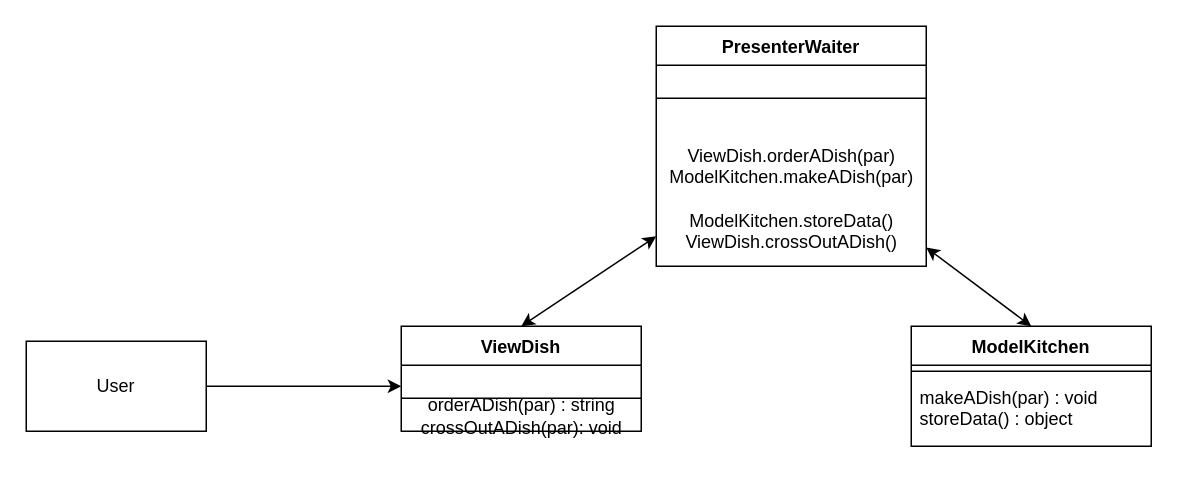
danil-jpg/MyArchitecturePatterns keeps this draw.io diagram as MVP/MVP.drawio. Above is the earlier version. Source tidied: cells renumbered, new cells numbered last; positions are measured from the earlier drawing's top-left corner, leaving out a move shared by most shapes. Both pictures are drawn from the tidied source at 150%, with x=0, y=0 at pixel (26, 26).
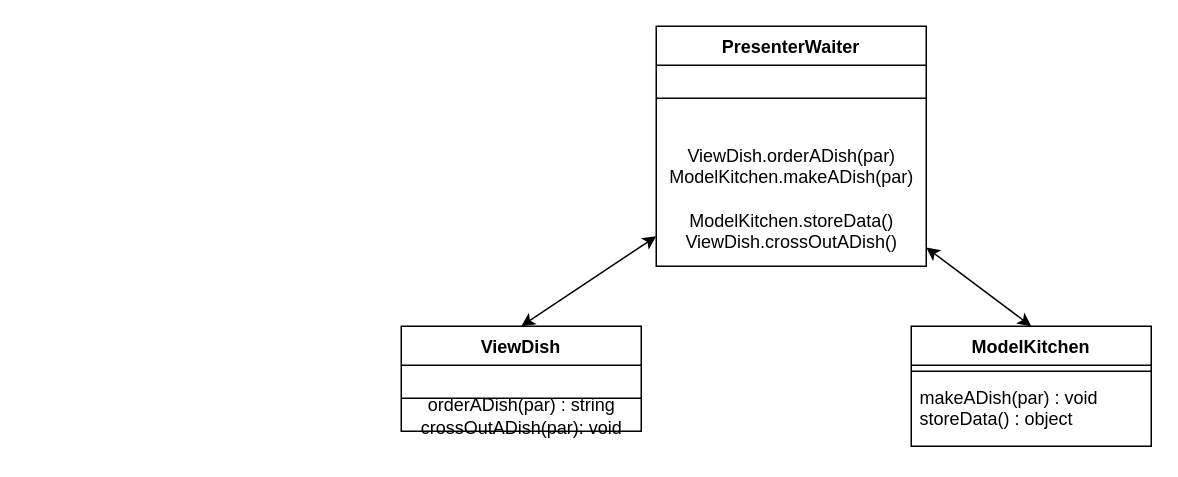
The same diagram, later.

Diff of the diagram source:
```diff
@@
 <mxGraphModel>
   <root>
     <mxCell id="0" />
     <mxCell id="1" parent="0" />
     <mxCell id="2" style="edgeStyle=none;html=1;entryX=0.5;entryY=0;entryDx=0;entryDy=0;startArrow=classic;startFill=1;" parent="1" edge="1" source="4" target="9">
       <mxGeometry relative="1" as="geometry" />
     </mxCell>
     <mxCell id="3" style="edgeStyle=none;html=1;entryX=0.5;entryY=0;entryDx=0;entryDy=0;startArrow=classic;startFill=1;" parent="1" edge="1" source="4" target="7">
       <mxGeometry relative="1" as="geometry" />
     </mxCell>
     <mxCell id="4" value="PresenterWaiter" style="swimlane;fontStyle=1;align=center;verticalAlign=top;horizontal=1;startSize=26;" parent="1" vertex="1">
       <mxGeometry x="420" width="180" height="160" as="geometry" />
     </mxCell>
     <mxCell id="5" style="line;strokeWidth=1;fillColor=none;align=left;verticalAlign=middle;spacingTop=-1;spacingLeft=3;spacingRight=3;labelPosition=right;strokeColor=inherit;" parent="4" vertex="1">
       <mxGeometry y="26" width="180" height="44" as="geometry" />
     </mxCell>
     <mxCell id="6" value="ViewDish.orderADish(par)&lt;br&gt;ModelKitchen.makeADish(par)&lt;br&gt;&lt;br&gt;ModelKitchen.storeData()&lt;br&gt;ViewDish.crossOutADish()" style="text;html=1;align=center;verticalAlign=middle;strokeColor=none;fillColor=none;" parent="4" vertex="1">
       <mxGeometry y="70" width="180" height="90" as="geometry" />
     </mxCell>
     <mxCell id="7" value="ViewDish" style="swimlane;fontStyle=1;align=center;verticalAlign=top;horizontal=1;startSize=26;" parent="1" vertex="1">
       <mxGeometry x="250" y="200" width="160" height="70" as="geometry" />
     </mxCell>
     <mxCell id="8" style="line;strokeWidth=1;fillColor=none;align=left;verticalAlign=middle;spacingTop=-1;spacingLeft=3;spacingRight=3;labelPosition=right;strokeColor=inherit;" parent="7" vertex="1">
       <mxGeometry y="26" width="160" height="44" as="geometry" />
     </mxCell>
     <mxCell id="9" value="ModelKitchen" style="swimlane;fontStyle=1;align=center;verticalAlign=top;horizontal=1;startSize=26;" parent="1" vertex="1">
       <mxGeometry x="590" y="200" width="160" height="80" as="geometry" />
     </mxCell>
     <mxCell id="10" style="line;strokeWidth=1;fillColor=none;align=left;verticalAlign=middle;spacingTop=-1;spacingLeft=3;spacingRight=3;labelPosition=right;strokeColor=inherit;" parent="9" vertex="1">
       <mxGeometry y="26" width="160" height="8" as="geometry" />
     </mxCell>
     <mxCell id="11" value="makeADish(par) : void&#10;storeData() : object" style="text;strokeColor=none;fillColor=none;align=left;verticalAlign=top;spacingLeft=4;spacingRight=4;overflow=hidden;" parent="9" vertex="1">
       <mxGeometry y="34" width="160" height="46" as="geometry" />
     </mxCell>
     <mxCell id="12" value="orderADish(par) : string&lt;br&gt;crossOutADish(par): void" style="text;html=1;align=center;verticalAlign=middle;points=[];strokeColor=none;fillColor=none;" parent="1" vertex="1">
       <mxGeometry x="250" y="240" width="160" height="40" as="geometry" />
     </mxCell>
-    <mxCell id="13" style="edgeStyle=none;html=1;entryX=0;entryY=0;entryDx=0;entryDy=0;entryPerimeter=0;" parent="1" edge="1" source="14" target="12">
-      <mxGeometry relative="1" as="geometry" />
-    </mxCell>
-    <mxCell id="14" value="User" style="rounded=0;whiteSpace=wrap;html=1;" parent="1" vertex="1">
-      <mxGeometry y="210" width="120" height="60" as="geometry" />
-    </mxCell>
   </root>
 </mxGraphModel>
```
